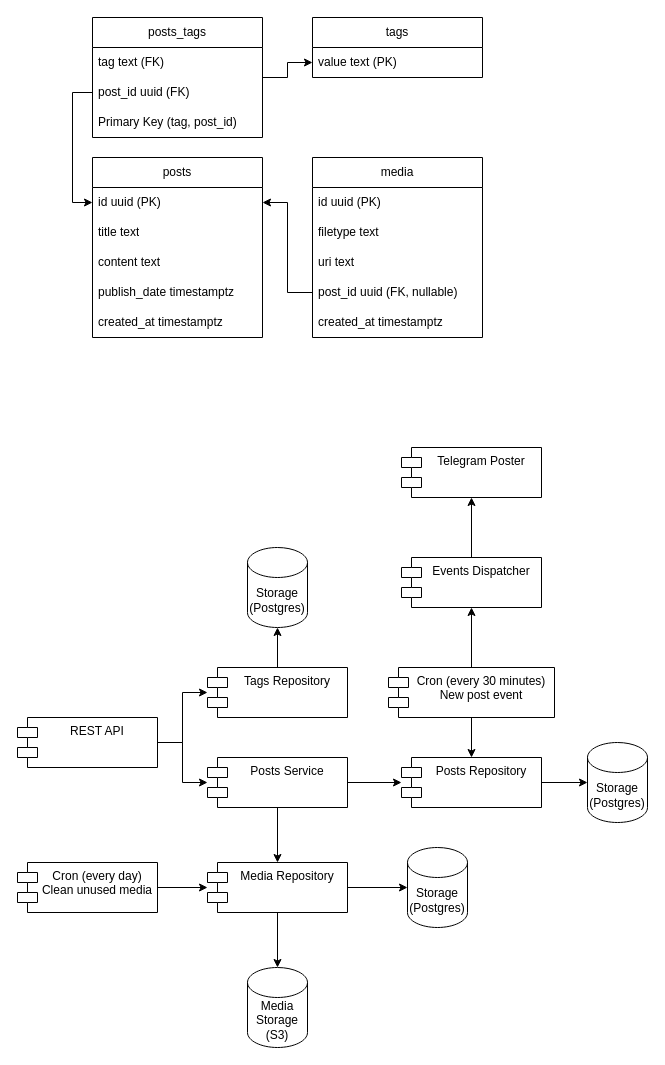
This is poster.drawio from kostromin59/poster, a draw.io file, before an edit. Source tidied: cells renumbered, new cells numbered last; positions are measured from the earlier drawing's top-left corner, leaving out a move shared by most shapes. Both pictures are drawn from the tidied source at 100%, with x=0, y=0 at pixel (17, 17).
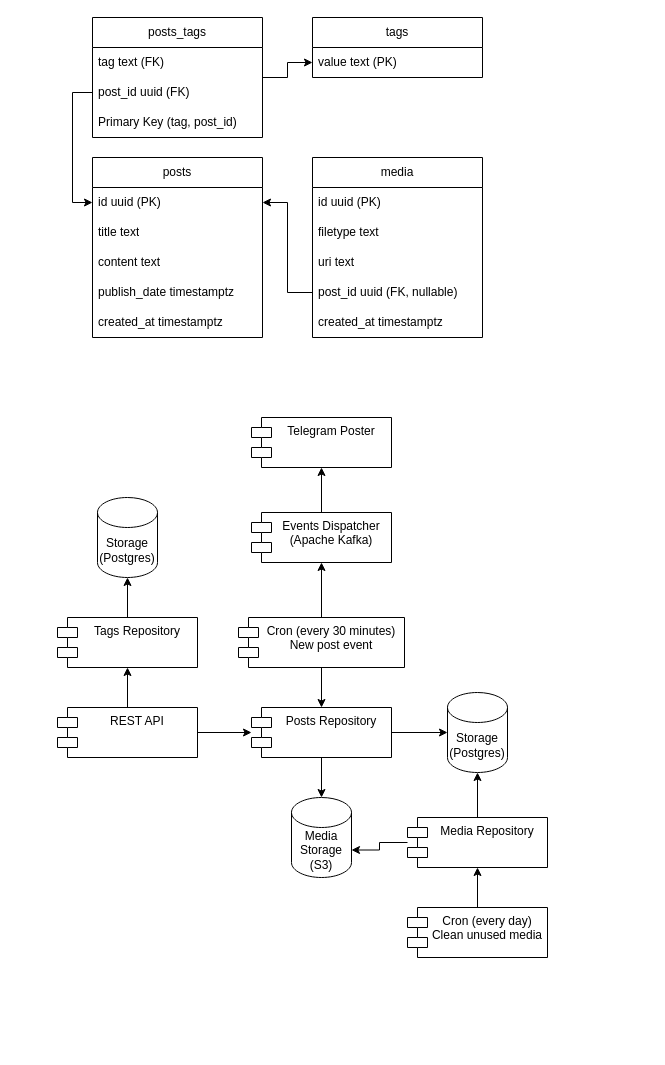
Above is the later version.

What changed in the source:
```diff
@@
     <mxCell id="24" value="Posts Repository" style="shape=module;align=left;spacingLeft=20;align=center;verticalAlign=top;whiteSpace=wrap;html=1;" parent="1" vertex="1">
-      <mxGeometry x="384" y="740" width="140" height="50" as="geometry" />
+      <mxGeometry x="234" y="690" width="140" height="50" as="geometry" />
     </mxCell>
     <mxCell id="25" value="Telegram Poster" style="shape=module;align=left;spacingLeft=20;align=center;verticalAlign=top;whiteSpace=wrap;html=1;" parent="1" vertex="1">
-      <mxGeometry x="384" y="430" width="140" height="50" as="geometry" />
+      <mxGeometry x="234" y="400" width="140" height="50" as="geometry" />
     </mxCell>
-    <mxCell id="26" value="Media&lt;br&gt;Storage (S3)" style="shape=cylinder3;whiteSpace=wrap;html=1;boundedLbl=1;backgroundOutline=1;size=15;" parent="1" vertex="1">
-      <mxGeometry x="230" y="950" width="60" height="80" as="geometry" />
-    </mxCell>
     <mxCell id="27" value="Storage&lt;br&gt;(Postgres)" style="shape=cylinder3;whiteSpace=wrap;html=1;boundedLbl=1;backgroundOutline=1;size=15;" parent="1" vertex="1">
-      <mxGeometry x="570" y="725" width="60" height="80" as="geometry" />
+      <mxGeometry x="430" y="675" width="60" height="80" as="geometry" />
     </mxCell>
-    <mxCell id="28" style="edgeStyle=orthogonalEdgeStyle;rounded=0;jettySize=auto;html=1;" parent="1" edge="1" source="29" target="37">
-      <mxGeometry relative="1" as="geometry" />
-    </mxCell>
+    <mxCell id="48" style="edgeStyle=orthogonalEdgeStyle;rounded=0;jettySize=auto;html=1;" parent="1" edge="1" source="29" target="24">
+      <mxGeometry relative="1" as="geometry" />
+    </mxCell>
     <mxCell id="29" value="REST API" style="shape=module;align=left;spacingLeft=20;align=center;verticalAlign=top;whiteSpace=wrap;html=1;" parent="1" vertex="1">
-      <mxGeometry y="700" width="140" height="50" as="geometry" />
+      <mxGeometry x="40" y="690" width="140" height="50" as="geometry" />
     </mxCell>
@@
     <mxCell id="32" value="Cron (every 30 minutes)&lt;br&gt;New post event" style="shape=module;align=left;spacingLeft=20;align=center;verticalAlign=top;whiteSpace=wrap;html=1;" parent="1" vertex="1">
-      <mxGeometry x="371" y="650" width="166" height="50" as="geometry" />
+      <mxGeometry x="221" y="600" width="166" height="50" as="geometry" />
     </mxCell>
@@
-    <mxCell id="34" value="Events Dispatcher" style="shape=module;align=left;spacingLeft=20;align=center;verticalAlign=top;whiteSpace=wrap;html=1;" parent="1" vertex="1">
-      <mxGeometry x="384" y="540" width="140" height="50" as="geometry" />
+    <mxCell id="34" value="Events Dispatcher&lt;br&gt;(Apache Kafka)" style="shape=module;align=left;spacingLeft=20;align=center;verticalAlign=top;whiteSpace=wrap;html=1;" parent="1" vertex="1">
+      <mxGeometry x="234" y="495" width="140" height="50" as="geometry" />
     </mxCell>
-    <mxCell id="35" style="edgeStyle=orthogonalEdgeStyle;rounded=0;jettySize=auto;html=1;" parent="1" edge="1" source="37" target="24">
-      <mxGeometry relative="1" as="geometry" />
-    </mxCell>
-    <mxCell id="36" style="edgeStyle=orthogonalEdgeStyle;rounded=0;jettySize=auto;html=1;entryX=0.5;entryY=0;entryDx=0;entryDy=0;" parent="1" edge="1" source="37" target="40">
-      <mxGeometry relative="1" as="geometry" />
-    </mxCell>
-    <mxCell id="37" value="Posts Service" style="shape=module;align=left;spacingLeft=20;align=center;verticalAlign=top;whiteSpace=wrap;html=1;" parent="1" vertex="1">
-      <mxGeometry x="190" y="740" width="140" height="50" as="geometry" />
-    </mxCell>
-    <mxCell id="38" style="edgeStyle=orthogonalEdgeStyle;rounded=0;jettySize=auto;html=1;" parent="1" edge="1" source="40" target="26">
-      <mxGeometry relative="1" as="geometry" />
-    </mxCell>
-    <mxCell id="39" style="edgeStyle=orthogonalEdgeStyle;rounded=0;jettySize=auto;html=1;" parent="1" edge="1" source="40" target="43">
-      <mxGeometry relative="1" as="geometry" />
-    </mxCell>
     <mxCell id="40" value="Media Repository" style="shape=module;align=left;spacingLeft=20;align=center;verticalAlign=top;whiteSpace=wrap;html=1;" parent="1" vertex="1">
-      <mxGeometry x="190" y="845" width="140" height="50" as="geometry" />
+      <mxGeometry x="390" y="800" width="140" height="50" as="geometry" />
     </mxCell>
@@
     <mxCell id="42" value="Cron (every day)&lt;br&gt;Clean unused media" style="shape=module;align=left;spacingLeft=20;align=center;verticalAlign=top;whiteSpace=wrap;html=1;" parent="1" vertex="1">
-      <mxGeometry y="845" width="140" height="50" as="geometry" />
+      <mxGeometry x="390" y="890" width="140" height="50" as="geometry" />
     </mxCell>
-    <mxCell id="43" value="Storage&lt;br&gt;(Postgres)" style="shape=cylinder3;whiteSpace=wrap;html=1;boundedLbl=1;backgroundOutline=1;size=15;" parent="1" vertex="1">
-      <mxGeometry x="390" y="830" width="60" height="80" as="geometry" />
-    </mxCell>
     <mxCell id="44" value="Tags Repository" style="shape=module;align=left;spacingLeft=20;align=center;verticalAlign=top;whiteSpace=wrap;html=1;" parent="1" vertex="1">
-      <mxGeometry x="190" y="650" width="140" height="50" as="geometry" />
+      <mxGeometry x="40" y="600" width="140" height="50" as="geometry" />
     </mxCell>
     <mxCell id="45" value="Storage&lt;br&gt;(Postgres)" style="shape=cylinder3;whiteSpace=wrap;html=1;boundedLbl=1;backgroundOutline=1;size=15;" parent="1" vertex="1">
-      <mxGeometry x="230" y="530" width="60" height="80" as="geometry" />
+      <mxGeometry x="80" y="480" width="60" height="80" as="geometry" />
     </mxCell>
@@
+    <mxCell id="26" value="Media&lt;br&gt;Storage (S3)" style="shape=cylinder3;whiteSpace=wrap;html=1;boundedLbl=1;backgroundOutline=1;size=15;" parent="1" vertex="1">
+      <mxGeometry x="274" y="780" width="60" height="80" as="geometry" />
+    </mxCell>
+    <mxCell id="49" style="edgeStyle=orthogonalEdgeStyle;rounded=0;jettySize=auto;html=1;entryX=0.5;entryY=0;entryDx=0;entryDy=0;entryPerimeter=0;" parent="1" edge="1" source="24" target="26">
+      <mxGeometry relative="1" as="geometry" />
+    </mxCell>
+    <mxCell id="50" style="edgeStyle=orthogonalEdgeStyle;rounded=0;jettySize=auto;html=1;entryX=0.5;entryY=1;entryDx=0;entryDy=0;entryPerimeter=0;" parent="1" edge="1" source="40" target="27">
+      <mxGeometry relative="1" as="geometry" />
+    </mxCell>
+    <mxCell id="38" style="edgeStyle=orthogonalEdgeStyle;rounded=0;jettySize=auto;html=1;entryX=1;entryY=0;entryDx=0;entryDy=52.5;entryPerimeter=0;" parent="1" edge="1" source="40" target="26">
+      <mxGeometry relative="1" as="geometry" />
+    </mxCell>
```
